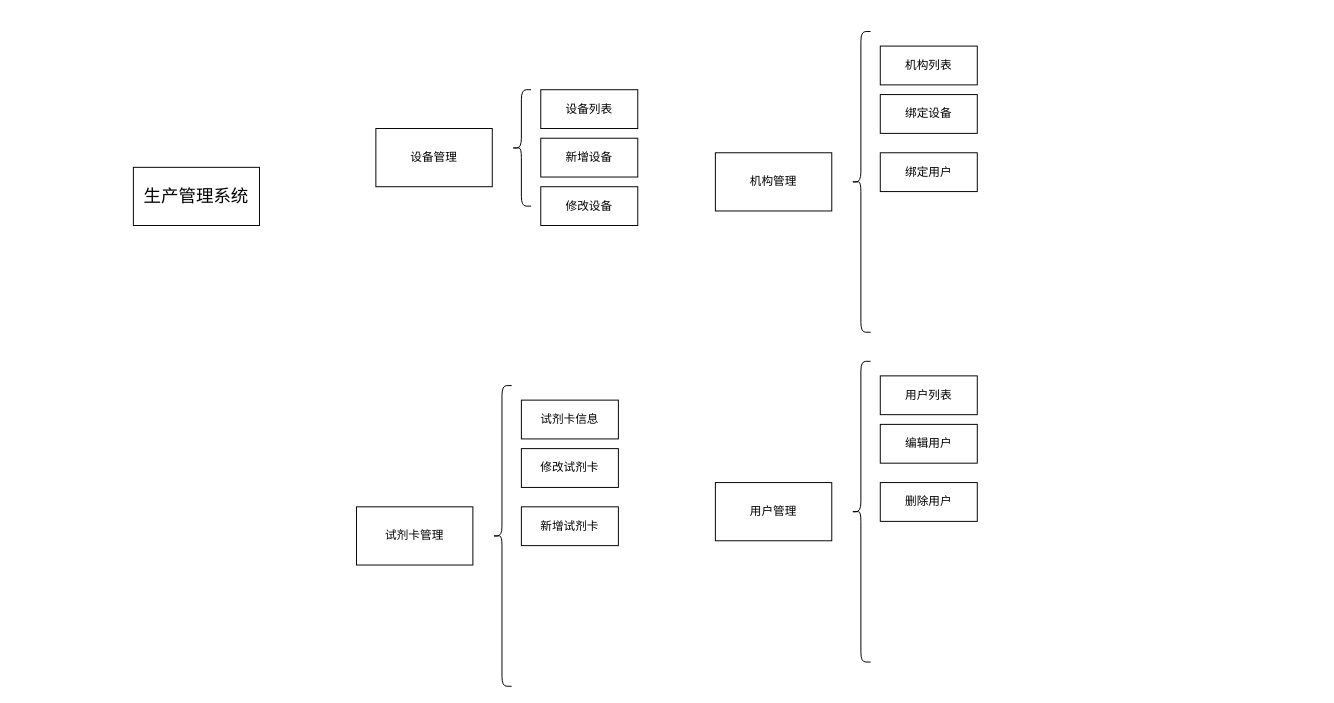
Earlier version of the draw.io diagram 生产管理系统.drawio (lliecho/test). Source tidied: cells renumbered, new cells numbered last; positions are measured from the earlier drawing's top-left corner, leaving out a move shared by most shapes. Both pictures are drawn from the tidied source at 97%, with x=0, y=0 at pixel (133, 31).
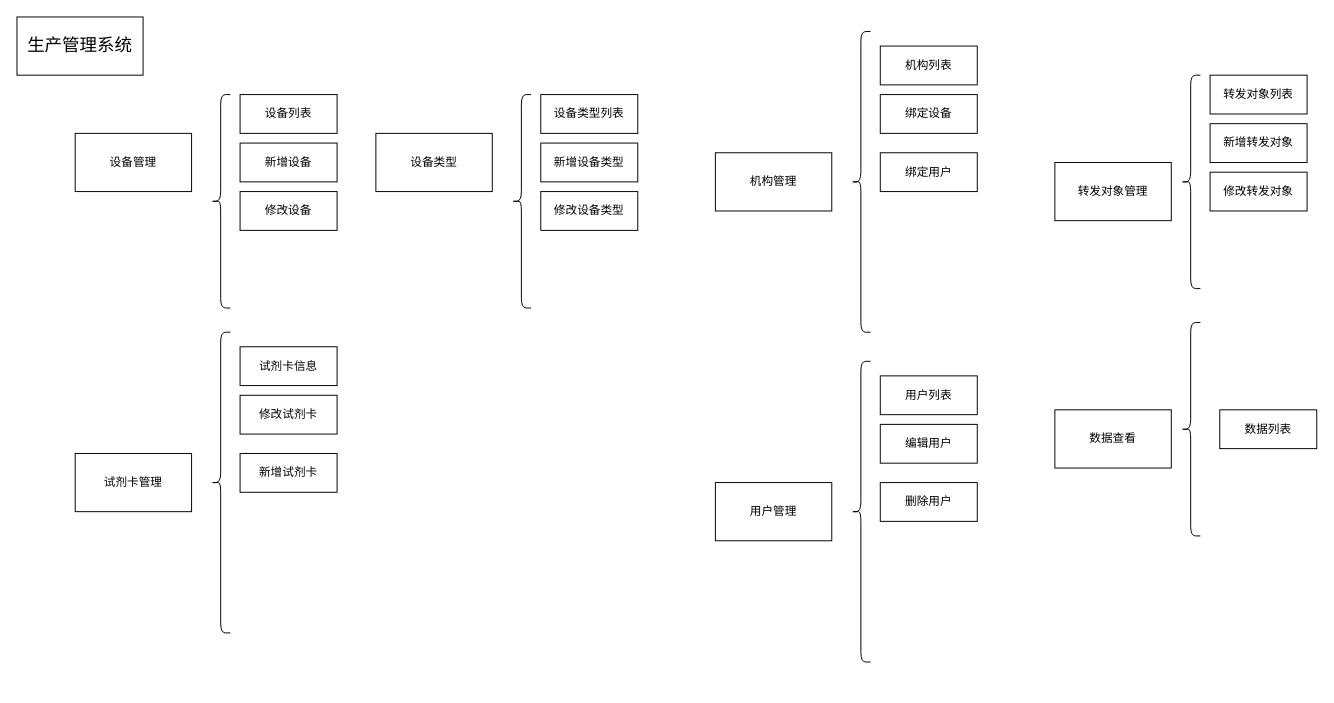
Above is the later version.

Commit message (it also covers changes not shown here):
更新生产管理系统.drawio

What changed in the source:
```diff
@@
     <mxCell id="2" value="&lt;font style=&quot;font-size: 18px;&quot;&gt;生产管理系统&lt;/font&gt;" style="rounded=0;whiteSpace=wrap;html=1;" parent="1" vertex="1">
-      <mxGeometry y="140" width="130" height="60" as="geometry" />
+      <mxGeometry x="-120" y="-15" width="130" height="60" as="geometry" />
     </mxCell>
     <mxCell id="3" value="设备管理" style="rounded=0;whiteSpace=wrap;html=1;" parent="1" vertex="1">
-      <mxGeometry x="250" y="100" width="120" height="60" as="geometry" />
+      <mxGeometry x="-60" y="105" width="120" height="60" as="geometry" />
     </mxCell>
     <mxCell id="4" style="shape=curlyBracket;whiteSpace=wrap;html=1;rounded=1;labelPosition=left;verticalLabelPosition=middle;align=right;verticalAlign=middle;" parent="1" vertex="1">
-      <mxGeometry x="390" y="60" width="20" height="120" as="geometry" />
+      <mxGeometry x="80" y="65" width="20" height="220" as="geometry" />
     </mxCell>
     <mxCell id="5" value="试剂卡管理" style="rounded=0;whiteSpace=wrap;html=1;" parent="1" vertex="1">
-      <mxGeometry x="230" y="490" width="120" height="60" as="geometry" />
+      <mxGeometry x="-60" y="435" width="120" height="60" as="geometry" />
     </mxCell>
     <mxCell id="6" style="shape=curlyBracket;whiteSpace=wrap;html=1;rounded=1;labelPosition=left;verticalLabelPosition=middle;align=right;verticalAlign=middle;" parent="1" vertex="1">
-      <mxGeometry x="370" y="365" width="20" height="310" as="geometry" />
+      <mxGeometry x="80" y="310" width="20" height="310" as="geometry" />
     </mxCell>
     <mxCell id="7" value="试剂卡信息" style="rounded=0;whiteSpace=wrap;html=1;" parent="1" vertex="1">
-      <mxGeometry x="400" y="380" width="100" height="40" as="geometry" />
+      <mxGeometry x="110" y="325" width="100" height="40" as="geometry" />
     </mxCell>
     <mxCell id="8" value="修改试剂卡" style="rounded=0;whiteSpace=wrap;html=1;" parent="1" vertex="1">
-      <mxGeometry x="400" y="430" width="100" height="40" as="geometry" />
+      <mxGeometry x="110" y="375" width="100" height="40" as="geometry" />
     </mxCell>
     <mxCell id="9" value="新增试剂卡" style="rounded=0;whiteSpace=wrap;html=1;" parent="1" vertex="1">
-      <mxGeometry x="400" y="490" width="100" height="40" as="geometry" />
+      <mxGeometry x="110" y="435" width="100" height="40" as="geometry" />
     </mxCell>
     <mxCell id="10" value="设备列表" style="rounded=0;whiteSpace=wrap;html=1;" parent="1" vertex="1">
-      <mxGeometry x="420" y="60" width="100" height="40" as="geometry" />
+      <mxGeometry x="110" y="65" width="100" height="40" as="geometry" />
     </mxCell>
     <mxCell id="11" value="新增设备" style="rounded=0;whiteSpace=wrap;html=1;" parent="1" vertex="1">
-      <mxGeometry x="420" y="110" width="100" height="40" as="geometry" />
+      <mxGeometry x="110" y="115" width="100" height="40" as="geometry" />
     </mxCell>
     <mxCell id="12" value="修改设备" style="rounded=0;whiteSpace=wrap;html=1;" parent="1" vertex="1">
-      <mxGeometry x="420" y="160" width="100" height="40" as="geometry" />
+      <mxGeometry x="110" y="165" width="100" height="40" as="geometry" />
     </mxCell>
@@
+    <mxCell id="23" value="转发对象管理" style="rounded=0;whiteSpace=wrap;html=1;" parent="1" vertex="1">
+      <mxGeometry x="950" y="135" width="120" height="60" as="geometry" />
+    </mxCell>
+    <mxCell id="24" style="shape=curlyBracket;whiteSpace=wrap;html=1;rounded=1;labelPosition=left;verticalLabelPosition=middle;align=right;verticalAlign=middle;" parent="1" vertex="1">
+      <mxGeometry x="1080" y="45" width="20" height="220" as="geometry" />
+    </mxCell>
+    <mxCell id="25" value="转发对象列表" style="rounded=0;whiteSpace=wrap;html=1;" parent="1" vertex="1">
+      <mxGeometry x="1110" y="45" width="100" height="40" as="geometry" />
+    </mxCell>
+    <mxCell id="26" value="新增转发对象" style="rounded=0;whiteSpace=wrap;html=1;" parent="1" vertex="1">
+      <mxGeometry x="1110" y="95" width="100" height="40" as="geometry" />
+    </mxCell>
+    <mxCell id="27" value="修改转发对象" style="rounded=0;whiteSpace=wrap;html=1;" parent="1" vertex="1">
+      <mxGeometry x="1110" y="145" width="100" height="40" as="geometry" />
+    </mxCell>
+    <mxCell id="28" value="数据查看" style="rounded=0;whiteSpace=wrap;html=1;" parent="1" vertex="1">
+      <mxGeometry x="950" y="390" width="120" height="60" as="geometry" />
+    </mxCell>
+    <mxCell id="29" style="shape=curlyBracket;whiteSpace=wrap;html=1;rounded=1;labelPosition=left;verticalLabelPosition=middle;align=right;verticalAlign=middle;" parent="1" vertex="1">
+      <mxGeometry x="1080" y="300" width="20" height="220" as="geometry" />
+    </mxCell>
+    <mxCell id="30" value="数据列表" style="rounded=0;whiteSpace=wrap;html=1;" parent="1" vertex="1">
+      <mxGeometry x="1120" y="390" width="100" height="40" as="geometry" />
+    </mxCell>
+    <mxCell id="31" value="设备类型" style="rounded=0;whiteSpace=wrap;html=1;" parent="1" vertex="1">
+      <mxGeometry x="250" y="105" width="120" height="60" as="geometry" />
+    </mxCell>
+    <mxCell id="32" style="shape=curlyBracket;whiteSpace=wrap;html=1;rounded=1;labelPosition=left;verticalLabelPosition=middle;align=right;verticalAlign=middle;" parent="1" vertex="1">
+      <mxGeometry x="390" y="65" width="20" height="220" as="geometry" />
+    </mxCell>
+    <mxCell id="33" value="设备类型列表" style="rounded=0;whiteSpace=wrap;html=1;" parent="1" vertex="1">
+      <mxGeometry x="420" y="65" width="100" height="40" as="geometry" />
+    </mxCell>
+    <mxCell id="34" value="新增设备类型" style="rounded=0;whiteSpace=wrap;html=1;" parent="1" vertex="1">
+      <mxGeometry x="420" y="115" width="100" height="40" as="geometry" />
+    </mxCell>
+    <mxCell id="35" value="修改设备类型" style="rounded=0;whiteSpace=wrap;html=1;" parent="1" vertex="1">
+      <mxGeometry x="420" y="165" width="100" height="40" as="geometry" />
+    </mxCell>
```
